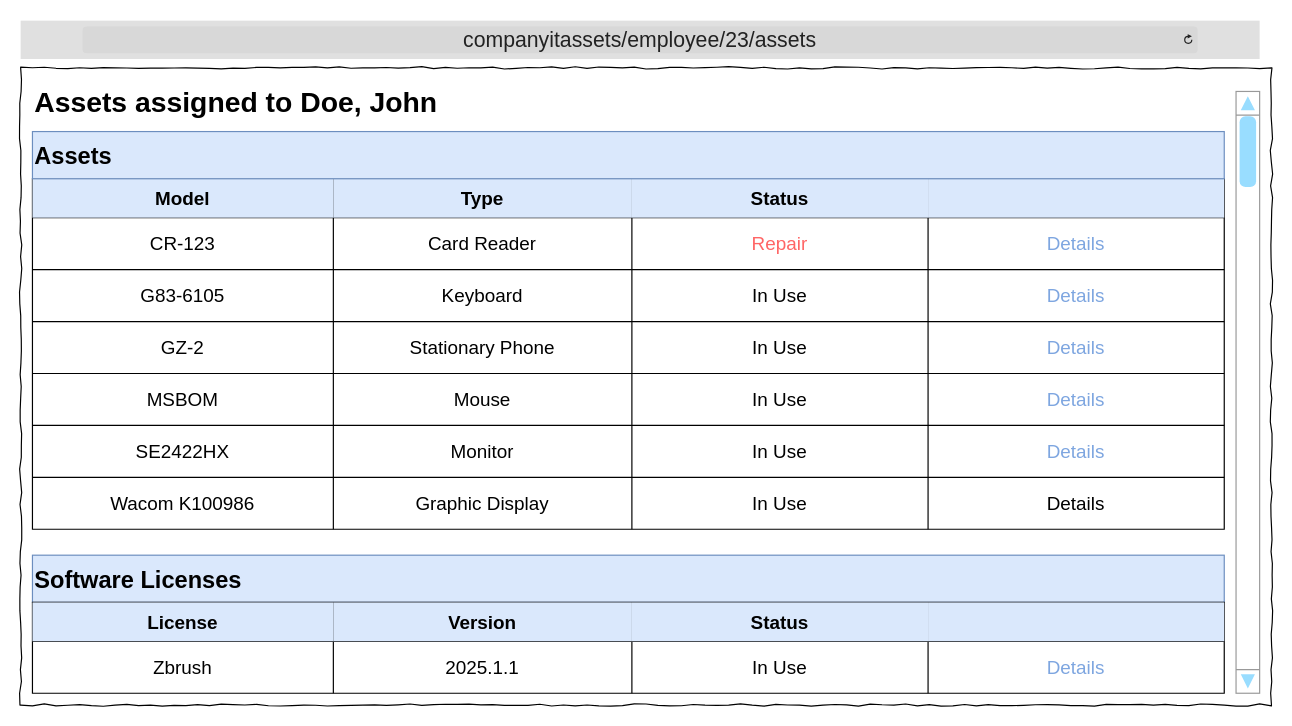
This is Wireframes/ITAT_EmployeeAssets.drawio from TRed91/ITAssetTracking, a draw.io file, before an edit. Source tidied: cells renumbered, new cells numbered last; positions are measured from the earlier drawing's top-left corner, leaving out a move shared by most shapes. Both pictures are drawn from the tidied source at 118%, with x=0, y=0 at pixel (20, 20).
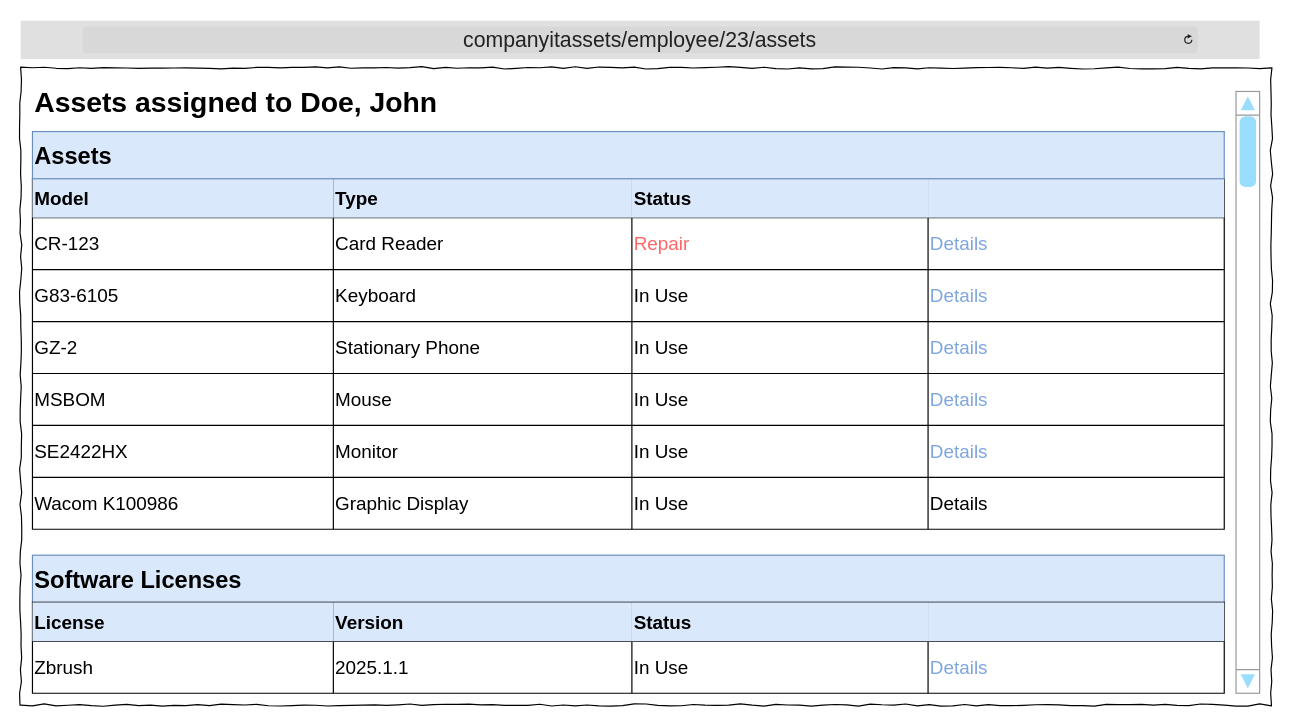
The same diagram, later.

Unchanged cells that the change refers to:
```xml
<mxCell id="4" style="shape=tableRow;horizontal=0;startSize=0;swimlaneHead=0;swimlaneBody=0;strokeColor=inherit;top=0;left=0;bottom=0;right=0;fillColor=none;fontSize=16;" parent="3" vertex="1">
  <mxGeometry width="1010" height="33" as="geometry" />
</mxCell>
<mxCell id="9" style="shape=tableRow;horizontal=0;startSize=0;swimlaneHead=0;swimlaneBody=0;strokeColor=inherit;top=0;left=0;bottom=0;right=0;fillColor=none;fontSize=16;" parent="3" vertex="1">
  <mxGeometry y="33" width="1010" height="44" as="geometry" />
</mxCell>
<mxCell id="14" style="shape=tableRow;horizontal=0;startSize=0;swimlaneHead=0;swimlaneBody=0;strokeColor=inherit;top=0;left=0;bottom=0;right=0;fillColor=none;fontSize=16;" parent="3" vertex="1">
  <mxGeometry y="77" width="1010" height="44" as="geometry" />
</mxCell>
<mxCell id="19" style="shape=tableRow;horizontal=0;startSize=0;swimlaneHead=0;swimlaneBody=0;strokeColor=inherit;top=0;left=0;bottom=0;right=0;fillColor=none;fontSize=16;" parent="3" vertex="1">
  <mxGeometry y="121" width="1010" height="44" as="geometry" />
</mxCell>
<mxCell id="24" style="shape=tableRow;horizontal=0;startSize=0;swimlaneHead=0;swimlaneBody=0;strokeColor=inherit;top=0;left=0;bottom=0;right=0;fillColor=none;fontSize=16;" parent="3" vertex="1">
  <mxGeometry y="165" width="1010" height="44" as="geometry" />
</mxCell>
<mxCell id="29" style="shape=tableRow;horizontal=0;startSize=0;swimlaneHead=0;swimlaneBody=0;strokeColor=inherit;top=0;left=0;bottom=0;right=0;fillColor=none;fontSize=16;" parent="3" vertex="1">
  <mxGeometry y="209" width="1010" height="44" as="geometry" />
</mxCell>
<mxCell id="34" style="shape=tableRow;horizontal=0;startSize=0;swimlaneHead=0;swimlaneBody=0;strokeColor=inherit;top=0;left=0;bottom=0;right=0;fillColor=none;fontSize=16;" parent="3" vertex="1">
  <mxGeometry y="253" width="1010" height="44" as="geometry" />
</mxCell>
<mxCell id="44" style="shape=tableRow;horizontal=0;startSize=0;swimlaneHead=0;swimlaneBody=0;strokeColor=inherit;top=0;left=0;bottom=0;right=0;fillColor=none;fontSize=16;" parent="43" vertex="1">
  <mxGeometry width="1010" height="33" as="geometry" />
</mxCell>
<mxCell id="49" style="shape=tableRow;horizontal=0;startSize=0;swimlaneHead=0;swimlaneBody=0;strokeColor=inherit;top=0;left=0;bottom=0;right=0;fillColor=none;fontSize=16;" parent="43" vertex="1">
  <mxGeometry y="33" width="1010" height="44" as="geometry" />
</mxCell>
```

Diff of the diagram source:
```diff
@@
-    <mxCell id="5" value="&lt;b&gt;Model&lt;/b&gt;" style="shape=partialRectangle;html=1;whiteSpace=wrap;strokeColor=#6c8ebf;overflow=hidden;fillColor=#dae8fc;top=0;left=0;bottom=0;right=0;fontSize=16;" parent="4" vertex="1">
+    <mxCell id="5" value="&lt;b&gt;Model&lt;/b&gt;" style="shape=partialRectangle;html=1;whiteSpace=wrap;strokeColor=#6c8ebf;overflow=hidden;fillColor=#dae8fc;top=0;left=0;bottom=0;right=0;fontSize=16;align=left;" parent="4" vertex="1">
       <mxGeometry width="255" height="33" as="geometry" />
     </mxCell>
-    <mxCell id="6" value="&lt;b&gt;Type&lt;/b&gt;" style="shape=partialRectangle;html=1;whiteSpace=wrap;strokeColor=#6c8ebf;overflow=hidden;fillColor=#dae8fc;top=0;left=0;bottom=0;right=0;fontSize=16;" parent="4" vertex="1">
+    <mxCell id="6" value="&lt;b&gt;Type&lt;/b&gt;" style="shape=partialRectangle;html=1;whiteSpace=wrap;strokeColor=#6c8ebf;overflow=hidden;fillColor=#dae8fc;top=0;left=0;bottom=0;right=0;fontSize=16;align=left;" parent="4" vertex="1">
       <mxGeometry x="255" width="253" height="33" as="geometry" />
     </mxCell>
-    <mxCell id="7" value="&lt;b&gt;Status&lt;/b&gt;" style="shape=partialRectangle;html=1;whiteSpace=wrap;strokeColor=#6c8ebf;overflow=hidden;fillColor=#dae8fc;top=0;left=0;bottom=0;right=0;fontSize=16;" parent="4" vertex="1">
+    <mxCell id="7" value="&lt;b&gt;Status&lt;/b&gt;" style="shape=partialRectangle;html=1;whiteSpace=wrap;strokeColor=#6c8ebf;overflow=hidden;fillColor=#dae8fc;top=0;left=0;bottom=0;right=0;fontSize=16;align=left;" parent="4" vertex="1">
       <mxGeometry x="508" width="251" height="33" as="geometry" />
     </mxCell>
-    <mxCell id="8" style="shape=partialRectangle;html=1;whiteSpace=wrap;strokeColor=#6c8ebf;overflow=hidden;fillColor=#dae8fc;top=0;left=0;bottom=0;right=0;fontSize=16;" parent="4" vertex="1">
+    <mxCell id="8" style="shape=partialRectangle;html=1;whiteSpace=wrap;strokeColor=#6c8ebf;overflow=hidden;fillColor=#dae8fc;top=0;left=0;bottom=0;right=0;fontSize=16;align=left;" parent="4" vertex="1">
       <mxGeometry x="759" width="251" height="33" as="geometry" />
     </mxCell>
@@
-    <mxCell id="10" value="CR-123" style="shape=partialRectangle;html=1;whiteSpace=wrap;strokeColor=inherit;overflow=hidden;fillColor=none;top=0;left=0;bottom=0;right=0;fontSize=16;" parent="9" vertex="1">
+    <mxCell id="10" value="CR-123" style="shape=partialRectangle;html=1;whiteSpace=wrap;strokeColor=inherit;overflow=hidden;fillColor=none;top=0;left=0;bottom=0;right=0;fontSize=16;align=left;" parent="9" vertex="1">
       <mxGeometry width="255" height="44" as="geometry" />
     </mxCell>
-    <mxCell id="11" value="Card Reader" style="shape=partialRectangle;html=1;whiteSpace=wrap;strokeColor=inherit;overflow=hidden;fillColor=none;top=0;left=0;bottom=0;right=0;fontSize=16;" parent="9" vertex="1">
+    <mxCell id="11" value="Card Reader" style="shape=partialRectangle;html=1;whiteSpace=wrap;strokeColor=inherit;overflow=hidden;fillColor=none;top=0;left=0;bottom=0;right=0;fontSize=16;align=left;" parent="9" vertex="1">
       <mxGeometry x="255" width="253" height="44" as="geometry" />
     </mxCell>
-    <mxCell id="12" value="&lt;span style=&quot;color: rgb(255, 102, 102);&quot;&gt;Repair&lt;/span&gt;" style="shape=partialRectangle;html=1;whiteSpace=wrap;strokeColor=inherit;overflow=hidden;fillColor=none;top=0;left=0;bottom=0;right=0;fontSize=16;" parent="9" vertex="1">
+    <mxCell id="12" value="&lt;span style=&quot;color: rgb(255, 102, 102);&quot;&gt;Repair&lt;/span&gt;" style="shape=partialRectangle;html=1;whiteSpace=wrap;strokeColor=inherit;overflow=hidden;fillColor=none;top=0;left=0;bottom=0;right=0;fontSize=16;align=left;" parent="9" vertex="1">
       <mxGeometry x="508" width="251" height="44" as="geometry" />
     </mxCell>
-    <mxCell id="13" value="&lt;span&gt;&lt;font style=&quot;color: light-dark(rgb(126, 166, 224), rgb(51, 153, 255));&quot;&gt;Details&lt;/font&gt;&lt;/span&gt;" style="shape=partialRectangle;html=1;whiteSpace=wrap;strokeColor=inherit;overflow=hidden;fillColor=none;top=0;left=0;bottom=0;right=0;fontSize=16;" parent="9" vertex="1">
+    <mxCell id="13" value="&lt;span&gt;&lt;font style=&quot;color: light-dark(rgb(126, 166, 224), rgb(51, 153, 255));&quot;&gt;Details&lt;/font&gt;&lt;/span&gt;" style="shape=partialRectangle;html=1;whiteSpace=wrap;strokeColor=inherit;overflow=hidden;fillColor=none;top=0;left=0;bottom=0;right=0;fontSize=16;align=left;" parent="9" vertex="1">
       <mxGeometry x="759" width="251" height="44" as="geometry" />
     </mxCell>
@@
-    <mxCell id="15" value="G83-6105" style="shape=partialRectangle;html=1;whiteSpace=wrap;strokeColor=inherit;overflow=hidden;fillColor=none;top=0;left=0;bottom=0;right=0;fontSize=16;" parent="14" vertex="1">
+    <mxCell id="15" value="G83-6105" style="shape=partialRectangle;html=1;whiteSpace=wrap;strokeColor=inherit;overflow=hidden;fillColor=none;top=0;left=0;bottom=0;right=0;fontSize=16;align=left;" parent="14" vertex="1">
       <mxGeometry width="255" height="44" as="geometry" />
     </mxCell>
-    <mxCell id="16" value="Keyboard" style="shape=partialRectangle;html=1;whiteSpace=wrap;strokeColor=inherit;overflow=hidden;fillColor=none;top=0;left=0;bottom=0;right=0;fontSize=16;" parent="14" vertex="1">
+    <mxCell id="16" value="Keyboard" style="shape=partialRectangle;html=1;whiteSpace=wrap;strokeColor=inherit;overflow=hidden;fillColor=none;top=0;left=0;bottom=0;right=0;fontSize=16;align=left;" parent="14" vertex="1">
       <mxGeometry x="255" width="253" height="44" as="geometry" />
     </mxCell>
-    <mxCell id="17" value="In Use" style="shape=partialRectangle;html=1;whiteSpace=wrap;strokeColor=inherit;overflow=hidden;fillColor=none;top=0;left=0;bottom=0;right=0;fontSize=16;" parent="14" vertex="1">
+    <mxCell id="17" value="In Use" style="shape=partialRectangle;html=1;whiteSpace=wrap;strokeColor=inherit;overflow=hidden;fillColor=none;top=0;left=0;bottom=0;right=0;fontSize=16;align=left;" parent="14" vertex="1">
       <mxGeometry x="508" width="251" height="44" as="geometry" />
     </mxCell>
-    <mxCell id="18" value="&lt;span&gt;&lt;font style=&quot;color: light-dark(rgb(126, 166, 224), rgb(51, 153, 255));&quot;&gt;Details&lt;/font&gt;&lt;/span&gt;" style="shape=partialRectangle;html=1;whiteSpace=wrap;strokeColor=inherit;overflow=hidden;fillColor=none;top=0;left=0;bottom=0;right=0;fontSize=16;" parent="14" vertex="1">
+    <mxCell id="18" value="&lt;span&gt;&lt;font style=&quot;color: light-dark(rgb(126, 166, 224), rgb(51, 153, 255));&quot;&gt;Details&lt;/font&gt;&lt;/span&gt;" style="shape=partialRectangle;html=1;whiteSpace=wrap;strokeColor=inherit;overflow=hidden;fillColor=none;top=0;left=0;bottom=0;right=0;fontSize=16;align=left;" parent="14" vertex="1">
       <mxGeometry x="759" width="251" height="44" as="geometry" />
     </mxCell>
@@
-    <mxCell id="20" value="GZ-2" style="shape=partialRectangle;html=1;whiteSpace=wrap;strokeColor=inherit;overflow=hidden;fillColor=none;top=0;left=0;bottom=0;right=0;fontSize=16;" parent="19" vertex="1">
+    <mxCell id="20" value="GZ-2" style="shape=partialRectangle;html=1;whiteSpace=wrap;strokeColor=inherit;overflow=hidden;fillColor=none;top=0;left=0;bottom=0;right=0;fontSize=16;align=left;" parent="19" vertex="1">
       <mxGeometry width="255" height="44" as="geometry" />
     </mxCell>
-    <mxCell id="21" value="Stationary Phone" style="shape=partialRectangle;html=1;whiteSpace=wrap;strokeColor=inherit;overflow=hidden;fillColor=none;top=0;left=0;bottom=0;right=0;fontSize=16;" parent="19" vertex="1">
+    <mxCell id="21" value="Stationary Phone" style="shape=partialRectangle;html=1;whiteSpace=wrap;strokeColor=inherit;overflow=hidden;fillColor=none;top=0;left=0;bottom=0;right=0;fontSize=16;align=left;" parent="19" vertex="1">
       <mxGeometry x="255" width="253" height="44" as="geometry" />
     </mxCell>
-    <mxCell id="22" value="In Use" style="shape=partialRectangle;html=1;whiteSpace=wrap;strokeColor=inherit;overflow=hidden;fillColor=none;top=0;left=0;bottom=0;right=0;fontSize=16;" parent="19" vertex="1">
+    <mxCell id="22" value="In Use" style="shape=partialRectangle;html=1;whiteSpace=wrap;strokeColor=inherit;overflow=hidden;fillColor=none;top=0;left=0;bottom=0;right=0;fontSize=16;align=left;" parent="19" vertex="1">
       <mxGeometry x="508" width="251" height="44" as="geometry" />
     </mxCell>
-    <mxCell id="23" value="&lt;span&gt;&lt;font style=&quot;color: light-dark(rgb(126, 166, 224), rgb(51, 153, 255));&quot;&gt;Details&lt;/font&gt;&lt;/span&gt;" style="shape=partialRectangle;html=1;whiteSpace=wrap;strokeColor=inherit;overflow=hidden;fillColor=none;top=0;left=0;bottom=0;right=0;fontSize=16;" parent="19" vertex="1">
+    <mxCell id="23" value="&lt;span&gt;&lt;font style=&quot;color: light-dark(rgb(126, 166, 224), rgb(51, 153, 255));&quot;&gt;Details&lt;/font&gt;&lt;/span&gt;" style="shape=partialRectangle;html=1;whiteSpace=wrap;strokeColor=inherit;overflow=hidden;fillColor=none;top=0;left=0;bottom=0;right=0;fontSize=16;align=left;" parent="19" vertex="1">
       <mxGeometry x="759" width="251" height="44" as="geometry" />
     </mxCell>
@@
-    <mxCell id="25" value="MSBOM" style="shape=partialRectangle;html=1;whiteSpace=wrap;strokeColor=inherit;overflow=hidden;fillColor=none;top=0;left=0;bottom=0;right=0;fontSize=16;" parent="24" vertex="1">
+    <mxCell id="25" value="MSBOM" style="shape=partialRectangle;html=1;whiteSpace=wrap;strokeColor=inherit;overflow=hidden;fillColor=none;top=0;left=0;bottom=0;right=0;fontSize=16;align=left;" parent="24" vertex="1">
       <mxGeometry width="255" height="44" as="geometry" />
     </mxCell>
-    <mxCell id="26" value="Mouse" style="shape=partialRectangle;html=1;whiteSpace=wrap;strokeColor=inherit;overflow=hidden;fillColor=none;top=0;left=0;bottom=0;right=0;fontSize=16;" parent="24" vertex="1">
+    <mxCell id="26" value="Mouse" style="shape=partialRectangle;html=1;whiteSpace=wrap;strokeColor=inherit;overflow=hidden;fillColor=none;top=0;left=0;bottom=0;right=0;fontSize=16;align=left;" parent="24" vertex="1">
       <mxGeometry x="255" width="253" height="44" as="geometry" />
     </mxCell>
-    <mxCell id="27" value="In Use" style="shape=partialRectangle;html=1;whiteSpace=wrap;strokeColor=inherit;overflow=hidden;fillColor=none;top=0;left=0;bottom=0;right=0;fontSize=16;" parent="24" vertex="1">
+    <mxCell id="27" value="In Use" style="shape=partialRectangle;html=1;whiteSpace=wrap;strokeColor=inherit;overflow=hidden;fillColor=none;top=0;left=0;bottom=0;right=0;fontSize=16;align=left;" parent="24" vertex="1">
       <mxGeometry x="508" width="251" height="44" as="geometry" />
     </mxCell>
-    <mxCell id="28" value="&lt;span&gt;&lt;font style=&quot;color: light-dark(rgb(126, 166, 224), rgb(51, 153, 255));&quot;&gt;Details&lt;/font&gt;&lt;/span&gt;" style="shape=partialRectangle;html=1;whiteSpace=wrap;strokeColor=inherit;overflow=hidden;fillColor=none;top=0;left=0;bottom=0;right=0;fontSize=16;" parent="24" vertex="1">
+    <mxCell id="28" value="&lt;span&gt;&lt;font style=&quot;color: light-dark(rgb(126, 166, 224), rgb(51, 153, 255));&quot;&gt;Details&lt;/font&gt;&lt;/span&gt;" style="shape=partialRectangle;html=1;whiteSpace=wrap;strokeColor=inherit;overflow=hidden;fillColor=none;top=0;left=0;bottom=0;right=0;fontSize=16;align=left;" parent="24" vertex="1">
       <mxGeometry x="759" width="251" height="44" as="geometry" />
     </mxCell>
@@
-    <mxCell id="30" value="SE2422HX" style="shape=partialRectangle;html=1;whiteSpace=wrap;strokeColor=inherit;overflow=hidden;fillColor=none;top=0;left=0;bottom=0;right=0;fontSize=16;" parent="29" vertex="1">
+    <mxCell id="30" value="SE2422HX" style="shape=partialRectangle;html=1;whiteSpace=wrap;strokeColor=inherit;overflow=hidden;fillColor=none;top=0;left=0;bottom=0;right=0;fontSize=16;align=left;" parent="29" vertex="1">
       <mxGeometry width="255" height="44" as="geometry" />
     </mxCell>
-    <mxCell id="31" value="Monitor" style="shape=partialRectangle;html=1;whiteSpace=wrap;strokeColor=inherit;overflow=hidden;fillColor=none;top=0;left=0;bottom=0;right=0;fontSize=16;" parent="29" vertex="1">
+    <mxCell id="31" value="Monitor" style="shape=partialRectangle;html=1;whiteSpace=wrap;strokeColor=inherit;overflow=hidden;fillColor=none;top=0;left=0;bottom=0;right=0;fontSize=16;align=left;" parent="29" vertex="1">
       <mxGeometry x="255" width="253" height="44" as="geometry" />
     </mxCell>
-    <mxCell id="32" value="In Use" style="shape=partialRectangle;html=1;whiteSpace=wrap;strokeColor=inherit;overflow=hidden;fillColor=none;top=0;left=0;bottom=0;right=0;fontSize=16;" parent="29" vertex="1">
+    <mxCell id="32" value="In Use" style="shape=partialRectangle;html=1;whiteSpace=wrap;strokeColor=inherit;overflow=hidden;fillColor=none;top=0;left=0;bottom=0;right=0;fontSize=16;align=left;" parent="29" vertex="1">
       <mxGeometry x="508" width="251" height="44" as="geometry" />
     </mxCell>
-    <mxCell id="33" value="&lt;font style=&quot;color: light-dark(rgb(126, 166, 224), rgb(51, 153, 255));&quot;&gt;Details&lt;/font&gt;" style="shape=partialRectangle;html=1;whiteSpace=wrap;strokeColor=inherit;overflow=hidden;fillColor=none;top=0;left=0;bottom=0;right=0;fontSize=16;" parent="29" vertex="1">
+    <mxCell id="33" value="&lt;font style=&quot;color: light-dark(rgb(126, 166, 224), rgb(51, 153, 255));&quot;&gt;Details&lt;/font&gt;" style="shape=partialRectangle;html=1;whiteSpace=wrap;strokeColor=inherit;overflow=hidden;fillColor=none;top=0;left=0;bottom=0;right=0;fontSize=16;align=left;" parent="29" vertex="1">
       <mxGeometry x="759" width="251" height="44" as="geometry" />
     </mxCell>
@@
-    <mxCell id="35" value="Wacom K100986" style="shape=partialRectangle;html=1;whiteSpace=wrap;strokeColor=inherit;overflow=hidden;fillColor=none;top=0;left=0;bottom=0;right=0;fontSize=16;" parent="34" vertex="1">
+    <mxCell id="35" value="Wacom K100986" style="shape=partialRectangle;html=1;whiteSpace=wrap;strokeColor=inherit;overflow=hidden;fillColor=none;top=0;left=0;bottom=0;right=0;fontSize=16;align=left;" parent="34" vertex="1">
       <mxGeometry width="255" height="44" as="geometry" />
     </mxCell>
-    <mxCell id="36" value="Graphic Display" style="shape=partialRectangle;html=1;whiteSpace=wrap;strokeColor=inherit;overflow=hidden;fillColor=none;top=0;left=0;bottom=0;right=0;fontSize=16;" parent="34" vertex="1">
+    <mxCell id="36" value="Graphic Display" style="shape=partialRectangle;html=1;whiteSpace=wrap;strokeColor=inherit;overflow=hidden;fillColor=none;top=0;left=0;bottom=0;right=0;fontSize=16;align=left;" parent="34" vertex="1">
       <mxGeometry x="255" width="253" height="44" as="geometry" />
     </mxCell>
-    <mxCell id="37" value="In Use" style="shape=partialRectangle;html=1;whiteSpace=wrap;strokeColor=inherit;overflow=hidden;fillColor=none;top=0;left=0;bottom=0;right=0;fontSize=16;" parent="34" vertex="1">
+    <mxCell id="37" value="In Use" style="shape=partialRectangle;html=1;whiteSpace=wrap;strokeColor=inherit;overflow=hidden;fillColor=none;top=0;left=0;bottom=0;right=0;fontSize=16;align=left;" parent="34" vertex="1">
       <mxGeometry x="508" width="251" height="44" as="geometry" />
     </mxCell>
-    <mxCell id="38" value="&lt;font style=&quot;color: light-dark(rgb(0, 0, 0), rgb(51, 153, 255));&quot;&gt;Details&lt;/font&gt;" style="shape=partialRectangle;html=1;whiteSpace=wrap;strokeColor=inherit;overflow=hidden;fillColor=none;top=0;left=0;bottom=0;right=0;fontSize=16;" parent="34" vertex="1">
+    <mxCell id="38" value="&lt;font style=&quot;color: light-dark(rgb(0, 0, 0), rgb(51, 153, 255));&quot;&gt;Details&lt;/font&gt;" style="shape=partialRectangle;html=1;whiteSpace=wrap;strokeColor=inherit;overflow=hidden;fillColor=none;top=0;left=0;bottom=0;right=0;fontSize=16;align=left;" parent="34" vertex="1">
       <mxGeometry x="759" width="251" height="44" as="geometry" />
     </mxCell>
@@
-    <mxCell id="45" value="&lt;b&gt;License&lt;/b&gt;" style="shape=partialRectangle;html=1;whiteSpace=wrap;strokeColor=#6c8ebf;overflow=hidden;fillColor=#dae8fc;top=0;left=0;bottom=0;right=0;fontSize=16;" parent="44" vertex="1">
+    <mxCell id="45" value="&lt;b&gt;License&lt;/b&gt;" style="shape=partialRectangle;html=1;whiteSpace=wrap;strokeColor=#6c8ebf;overflow=hidden;fillColor=#dae8fc;top=0;left=0;bottom=0;right=0;fontSize=16;align=left;" parent="44" vertex="1">
       <mxGeometry width="255" height="33" as="geometry" />
     </mxCell>
-    <mxCell id="46" value="&lt;b&gt;Version&lt;/b&gt;" style="shape=partialRectangle;html=1;whiteSpace=wrap;strokeColor=#6c8ebf;overflow=hidden;fillColor=#dae8fc;top=0;left=0;bottom=0;right=0;fontSize=16;" parent="44" vertex="1">
+    <mxCell id="46" value="&lt;b&gt;Version&lt;/b&gt;" style="shape=partialRectangle;html=1;whiteSpace=wrap;strokeColor=#6c8ebf;overflow=hidden;fillColor=#dae8fc;top=0;left=0;bottom=0;right=0;fontSize=16;align=left;" parent="44" vertex="1">
       <mxGeometry x="255" width="253" height="33" as="geometry" />
     </mxCell>
-    <mxCell id="47" value="&lt;b&gt;Status&lt;/b&gt;" style="shape=partialRectangle;html=1;whiteSpace=wrap;strokeColor=#6c8ebf;overflow=hidden;fillColor=#dae8fc;top=0;left=0;bottom=0;right=0;fontSize=16;" parent="44" vertex="1">
+    <mxCell id="47" value="&lt;b&gt;Status&lt;/b&gt;" style="shape=partialRectangle;html=1;whiteSpace=wrap;strokeColor=#6c8ebf;overflow=hidden;fillColor=#dae8fc;top=0;left=0;bottom=0;right=0;fontSize=16;align=left;" parent="44" vertex="1">
       <mxGeometry x="508" width="251" height="33" as="geometry" />
     </mxCell>
-    <mxCell id="48" style="shape=partialRectangle;html=1;whiteSpace=wrap;strokeColor=#6c8ebf;overflow=hidden;fillColor=#dae8fc;top=0;left=0;bottom=0;right=0;fontSize=16;" parent="44" vertex="1">
+    <mxCell id="48" style="shape=partialRectangle;html=1;whiteSpace=wrap;strokeColor=#6c8ebf;overflow=hidden;fillColor=#dae8fc;top=0;left=0;bottom=0;right=0;fontSize=16;align=left;" parent="44" vertex="1">
       <mxGeometry x="759" width="251" height="33" as="geometry" />
     </mxCell>
@@
-    <mxCell id="50" value="Zbrush" style="shape=partialRectangle;html=1;whiteSpace=wrap;strokeColor=inherit;overflow=hidden;fillColor=none;top=0;left=0;bottom=0;right=0;fontSize=16;" parent="49" vertex="1">
+    <mxCell id="50" value="Zbrush" style="shape=partialRectangle;html=1;whiteSpace=wrap;strokeColor=inherit;overflow=hidden;fillColor=none;top=0;left=0;bottom=0;right=0;fontSize=16;align=left;" parent="49" vertex="1">
       <mxGeometry width="255" height="44" as="geometry" />
     </mxCell>
-    <mxCell id="51" value="2025.1.1" style="shape=partialRectangle;html=1;whiteSpace=wrap;strokeColor=inherit;overflow=hidden;fillColor=none;top=0;left=0;bottom=0;right=0;fontSize=16;" parent="49" vertex="1">
+    <mxCell id="51" value="2025.1.1" style="shape=partialRectangle;html=1;whiteSpace=wrap;strokeColor=inherit;overflow=hidden;fillColor=none;top=0;left=0;bottom=0;right=0;fontSize=16;align=left;" parent="49" vertex="1">
       <mxGeometry x="255" width="253" height="44" as="geometry" />
     </mxCell>
-    <mxCell id="52" value="In Use" style="shape=partialRectangle;html=1;whiteSpace=wrap;strokeColor=inherit;overflow=hidden;fillColor=none;top=0;left=0;bottom=0;right=0;fontSize=16;" parent="49" vertex="1">
+    <mxCell id="52" value="In Use" style="shape=partialRectangle;html=1;whiteSpace=wrap;strokeColor=inherit;overflow=hidden;fillColor=none;top=0;left=0;bottom=0;right=0;fontSize=16;align=left;" parent="49" vertex="1">
       <mxGeometry x="508" width="251" height="44" as="geometry" />
     </mxCell>
-    <mxCell id="53" value="&lt;font style=&quot;color: light-dark(rgb(126, 166, 224), rgb(51, 153, 255));&quot;&gt;Details&lt;/font&gt;" style="shape=partialRectangle;html=1;whiteSpace=wrap;strokeColor=inherit;overflow=hidden;fillColor=none;top=0;left=0;bottom=0;right=0;fontSize=16;" parent="49" vertex="1">
+    <mxCell id="53" value="&lt;font style=&quot;color: light-dark(rgb(126, 166, 224), rgb(51, 153, 255));&quot;&gt;Details&lt;/font&gt;" style="shape=partialRectangle;html=1;whiteSpace=wrap;strokeColor=inherit;overflow=hidden;fillColor=none;top=0;left=0;bottom=0;right=0;fontSize=16;align=left;" parent="49" vertex="1">
       <mxGeometry x="759" width="251" height="44" as="geometry" />
     </mxCell>
```
